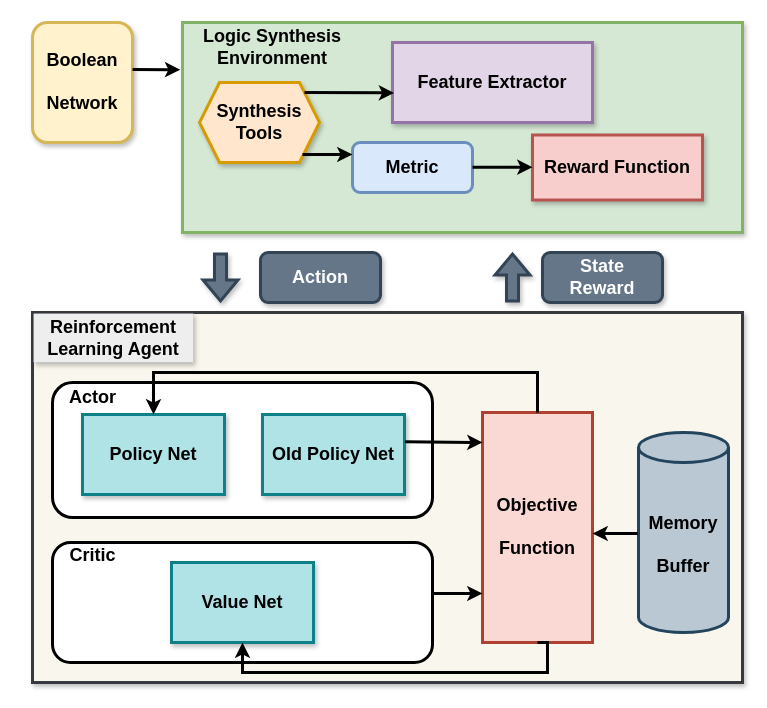
The draw.io diagram learningframework.drawio in kxzhu0505/LogicSynOpt, before the edit. Source tidied: cells renumbered, new cells numbered last; positions are measured from the earlier drawing's top-left corner, leaving out a move shared by most shapes. Both pictures are drawn from the tidied source at 100%, with x=0, y=0 at pixel (32, 22).
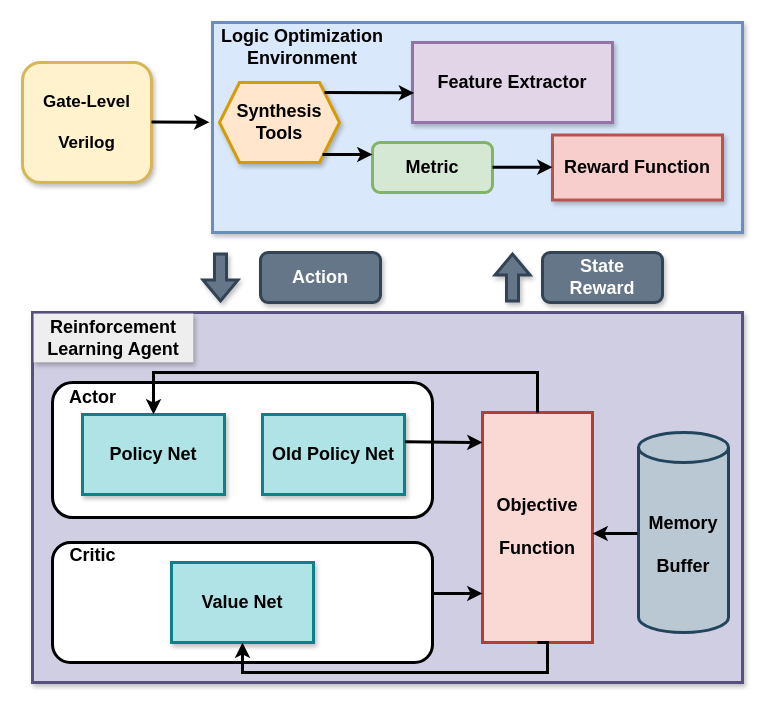
The same diagram, later.

What changed in the source:
```diff
@@
-    <mxCell id="2" value="&lt;b style=&quot;font-size: 18px;&quot;&gt;&lt;font style=&quot;font-size: 18px;&quot;&gt;Boolean&lt;/font&gt;&lt;/b&gt;&lt;div style=&quot;font-size: 18px;&quot;&gt;&lt;b&gt;&lt;font style=&quot;font-size: 18px;&quot;&gt;&lt;br&gt;&lt;/font&gt;&lt;/b&gt;&lt;/div&gt;&lt;div style=&quot;font-size: 18px;&quot;&gt;&lt;b style=&quot;&quot;&gt;&lt;font style=&quot;font-size: 18px;&quot;&gt;Network&lt;/font&gt;&lt;/b&gt;&lt;/div&gt;" style="rounded=1;whiteSpace=wrap;html=1;fillColor=#fff2cc;strokeColor=#d6b656;strokeWidth=3;shadow=1;" parent="1" vertex="1">
-      <mxGeometry width="100" height="120" as="geometry" />
+    <mxCell id="2" value="&lt;b style=&quot;font-size: 17px;&quot;&gt;&lt;font style=&quot;font-size: 17px;&quot;&gt;Gate-&lt;/font&gt;&lt;/b&gt;&lt;b style=&quot;font-size: 17px; background-color: initial;&quot;&gt;Level&lt;/b&gt;&lt;div style=&quot;font-size: 17px;&quot;&gt;&lt;div&gt;&lt;b&gt;&lt;font style=&quot;font-size: 17px;&quot;&gt;&lt;br&gt;&lt;/font&gt;&lt;/b&gt;&lt;/div&gt;&lt;div&gt;&lt;b&gt;&lt;font style=&quot;font-size: 17px;&quot;&gt;Verilog&lt;/font&gt;&lt;/b&gt;&lt;/div&gt;&lt;/div&gt;" style="rounded=1;whiteSpace=wrap;html=1;fillColor=#fff2cc;strokeColor=#d6b656;strokeWidth=3;shadow=1;" parent="1" vertex="1">
+      <mxGeometry x="-10" y="40" width="129" height="120" as="geometry" />
     </mxCell>
-    <mxCell id="3" style="rounded=0;whiteSpace=wrap;html=1;fillColor=#d5e8d4;strokeColor=#82b366;strokeWidth=3;shadow=1;" parent="1" vertex="1">
-      <mxGeometry x="150" width="560" height="210" as="geometry" />
+    <mxCell id="3" style="rounded=0;whiteSpace=wrap;html=1;fillColor=#dae8fc;strokeColor=#6c8ebf;strokeWidth=3;shadow=1;" parent="1" vertex="1">
+      <mxGeometry x="180" width="530" height="210" as="geometry" />
     </mxCell>
     <mxCell id="4" value="&lt;b style=&quot;&quot;&gt;&lt;font style=&quot;font-size: 18px;&quot;&gt;Feature Extractor&lt;/font&gt;&lt;/b&gt;" style="rounded=0;whiteSpace=wrap;html=1;fillColor=#e1d5e7;strokeColor=#9673a6;strokeWidth=3;shadow=1;" parent="1" vertex="1">
-      <mxGeometry x="360" y="20" width="200" height="80" as="geometry" />
+      <mxGeometry x="380" y="20" width="200" height="80" as="geometry" />
     </mxCell>
     <mxCell id="5" value="&lt;font style=&quot;font-size: 18px;&quot;&gt;&lt;b style=&quot;&quot;&gt;Synthesis&lt;/b&gt;&lt;/font&gt;&lt;div style=&quot;font-size: 18px;&quot;&gt;&lt;b style=&quot;&quot;&gt;&lt;font style=&quot;font-size: 18px;&quot;&gt;Tools&lt;/font&gt;&lt;/b&gt;&lt;/div&gt;" style="shape=hexagon;perimeter=hexagonPerimeter2;whiteSpace=wrap;html=1;fixedSize=1;fillColor=#ffe6cc;strokeColor=#d79b00;strokeWidth=3;shadow=1;rounded=0;" parent="1" vertex="1">
-      <mxGeometry x="167" y="60" width="120" height="80" as="geometry" />
+      <mxGeometry x="187" y="60" width="120" height="80" as="geometry" />
     </mxCell>
-    <mxCell id="6" value="&lt;font size=&quot;1&quot; style=&quot;&quot;&gt;&lt;b style=&quot;font-size: 18px;&quot;&gt;Metric&lt;/b&gt;&lt;/font&gt;" style="rounded=1;whiteSpace=wrap;html=1;fillColor=#dae8fc;strokeColor=#6c8ebf;strokeWidth=3;" parent="1" vertex="1">
-      <mxGeometry x="320" y="120" width="120" height="50" as="geometry" />
+    <mxCell id="6" value="&lt;font size=&quot;1&quot; style=&quot;&quot;&gt;&lt;b style=&quot;font-size: 18px;&quot;&gt;Metric&lt;/b&gt;&lt;/font&gt;" style="rounded=1;whiteSpace=wrap;html=1;fillColor=#d5e8d4;strokeColor=#82b366;strokeWidth=3;" parent="1" vertex="1">
+      <mxGeometry x="340" y="120" width="120" height="50" as="geometry" />
     </mxCell>
     <mxCell id="7" value="&lt;b style=&quot;&quot;&gt;&lt;font style=&quot;font-size: 18px;&quot;&gt;Reward Function&lt;/font&gt;&lt;/b&gt;" style="rounded=0;whiteSpace=wrap;html=1;fillColor=#f8cecc;strokeColor=#b85450;strokeWidth=3;shadow=1;" parent="1" vertex="1">
-      <mxGeometry x="500" y="112.5" width="170" height="65" as="geometry" />
+      <mxGeometry x="520" y="112.5" width="170" height="65" as="geometry" />
     </mxCell>
-    <mxCell id="8" style="endArrow=classic;html=1;rounded=0;strokeWidth=3;entryX=-0.004;entryY=0.225;entryDx=0;entryDy=0;entryPerimeter=0;" parent="1" edge="1" target="3">
+    <mxCell id="8" style="endArrow=classic;html=1;rounded=0;strokeWidth=3;entryX=-0.004;entryY=0.225;entryDx=0;entryDy=0;entryPerimeter=0;" parent="1" edge="1">
       <mxGeometry relative="1" as="geometry">
-        <mxPoint x="100" y="47" as="sourcePoint" />
+        <mxPoint x="119" y="99.5" as="sourcePoint" />
+        <mxPoint x="176.9" y="99.8" as="targetPoint" />
       </mxGeometry>
     </mxCell>
-    <mxCell id="9" value="&lt;font size=&quot;1&quot; style=&quot;&quot;&gt;&lt;b style=&quot;font-size: 18px;&quot;&gt;Logic Synthesis Environment&lt;/b&gt;&lt;/font&gt;" style="text;html=1;align=center;verticalAlign=middle;whiteSpace=wrap;rounded=0;" parent="1" vertex="1">
-      <mxGeometry x="130" y="10" width="220" height="30" as="geometry" />
+    <mxCell id="9" value="&lt;font size=&quot;1&quot; style=&quot;&quot;&gt;&lt;b style=&quot;font-size: 18px;&quot;&gt;Logic Optimization&lt;/b&gt;&lt;/font&gt;&lt;div&gt;&lt;font size=&quot;1&quot; style=&quot;&quot;&gt;&lt;b style=&quot;font-size: 18px;&quot;&gt;Environment&lt;/b&gt;&lt;/font&gt;&lt;/div&gt;" style="text;html=1;align=center;verticalAlign=middle;whiteSpace=wrap;rounded=0;" parent="1" vertex="1">
+      <mxGeometry x="160" y="10" width="220" height="30" as="geometry" />
     </mxCell>
     <mxCell id="10" style="endArrow=classic;html=1;rounded=0;strokeWidth=3;entryX=0.008;entryY=0.63;entryDx=0;entryDy=0;entryPerimeter=0;" parent="1" edge="1" target="4">
       <mxGeometry relative="1" as="geometry">
-        <mxPoint x="272" y="70" as="sourcePoint" />
+        <mxPoint x="292" y="70" as="sourcePoint" />
       </mxGeometry>
     </mxCell>
     <mxCell id="11" style="endArrow=classic;html=1;rounded=0;strokeWidth=3;" parent="1" edge="1">
       <mxGeometry relative="1" as="geometry">
-        <mxPoint x="270" y="132" as="sourcePoint" />
-        <mxPoint x="320" y="132" as="targetPoint" />
+        <mxPoint x="290" y="132" as="sourcePoint" />
+        <mxPoint x="340" y="132" as="targetPoint" />
       </mxGeometry>
     </mxCell>
     <mxCell id="12" style="endArrow=classic;html=1;rounded=0;strokeWidth=3;" parent="1" edge="1">
       <mxGeometry relative="1" as="geometry">
-        <mxPoint x="440" y="144.7" as="sourcePoint" />
-        <mxPoint x="500" y="144.7" as="targetPoint" />
+        <mxPoint x="460" y="144.7" as="sourcePoint" />
+        <mxPoint x="520" y="144.7" as="targetPoint" />
       </mxGeometry>
     </mxCell>
@@
-    <mxCell id="17" style="rounded=0;whiteSpace=wrap;html=1;fillColor=#f9f7ed;strokeColor=#36393d;strokeWidth=3;shadow=1;" parent="1" vertex="1">
+    <mxCell id="17" style="rounded=0;whiteSpace=wrap;html=1;fillColor=#d0cee2;strokeColor=#56517e;strokeWidth=3;shadow=1;" parent="1" vertex="1">
       <mxGeometry y="290" width="710" height="370" as="geometry" />
     </mxCell>
```
